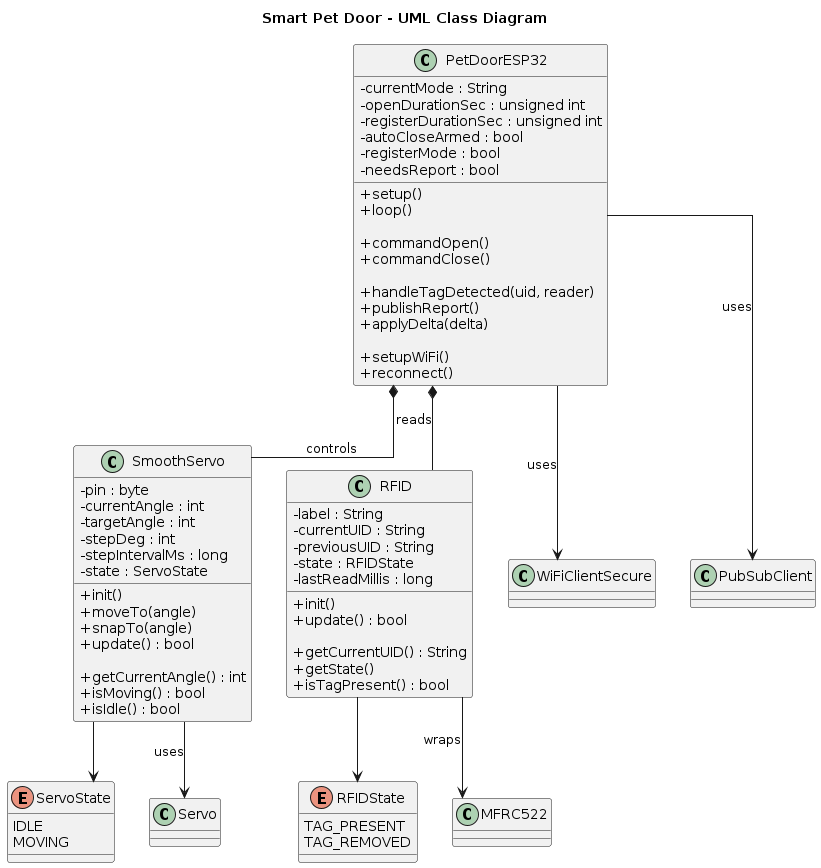
This is Informe/Imagenes/diagrama_uml.png from Andrezubi/EntregaFinalPetDoor-IoT, a PlantUML export, as it was before one commit. Source of this version:
```plantuml
@startuml
skinparam classAttributeIconSize 0
skinparam linetype ortho

title Smart Pet Door - UML Class Diagram

class PetDoorESP32 {
    - currentMode : String
    - openDurationSec : unsigned int
    - registerDurationSec : unsigned int
    - autoCloseArmed : bool
    - registerMode : bool
    - needsReport : bool

    + setup()
    + loop()

    + commandOpen()
    + commandClose()

    + handleTagDetected(uid, reader)
    + publishReport()
    + applyDelta(delta)

    + setupWiFi()
    + reconnect()
}

class SmoothServo {
    - pin : byte
    - currentAngle : int
    - targetAngle : int
    - stepDeg : int
    - stepIntervalMs : long
    - state : ServoState

    + init()
    + moveTo(angle)
    + snapTo(angle)
    + update() : bool

    + getCurrentAngle() : int
    + isMoving() : bool
    + isIdle() : bool
}

class RFID {
    - label : String
    - currentUID : String
    - previousUID : String
    - state : RFIDState
    - lastReadMillis : long

    + init()
    + update() : bool

    + getCurrentUID() : String
    + getState()
    + isTagPresent() : bool
}

enum ServoState {
    IDLE
    MOVING
}

enum RFIDState {
    TAG_PRESENT
    TAG_REMOVED
}

class Servo
class MFRC522
class WiFiClientSecure
class PubSubClient


PetDoorESP32 *-- SmoothServo : controls
PetDoorESP32 *-- RFID : reads

SmoothServo --> Servo : uses
RFID --> MFRC522 : wraps

PetDoorESP32 --> WiFiClientSecure : uses
PetDoorESP32 --> PubSubClient : uses

SmoothServo --> ServoState
RFID --> RFIDState
@enduml
```
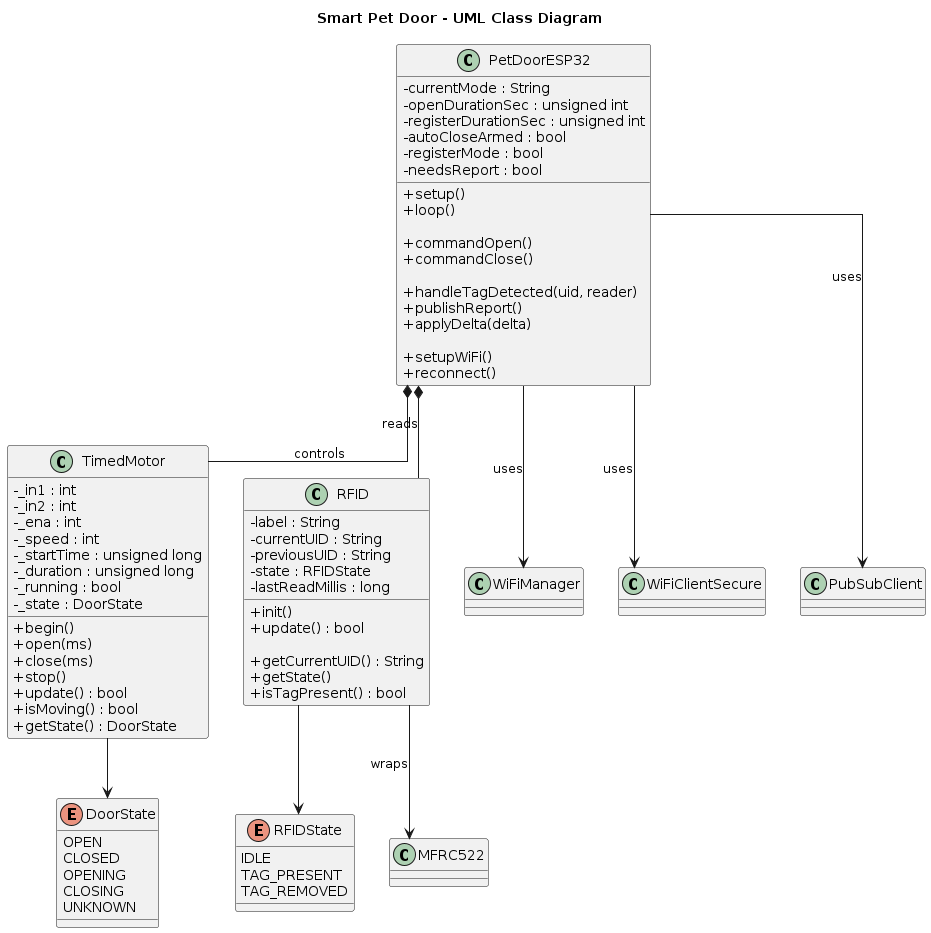
Above is the later version.

Change to the diagram source:
```diff
@@ -26,22 +26,23 @@
     + reconnect()
 }
 
-class SmoothServo {
-    - pin : byte
-    - currentAngle : int
-    - targetAngle : int
-    - stepDeg : int
-    - stepIntervalMs : long
-    - state : ServoState
+class TimedMotor {
+    - _in1 : int
+    - _in2 : int
+    - _ena : int
+    - _speed : int
+    - _startTime : unsigned long
+    - _duration : unsigned long
+    - _running : bool
+    - _state : DoorState
 
-    + init()
-    + moveTo(angle)
-    + snapTo(angle)
+    + begin()
+    + open(ms)
+    + close(ms)
+    + stop()
     + update() : bool
-
-    + getCurrentAngle() : int
     + isMoving() : bool
-    + isIdle() : bool
+    + getState() : DoorState
 }
 
 class RFID {
@@ -59,31 +60,34 @@
     + isTagPresent() : bool
 }
 
-enum ServoState {
-    IDLE
-    MOVING
+enum DoorState {
+    OPEN
+    CLOSED
+    OPENING
+    CLOSING
+    UNKNOWN
 }
 
 enum RFIDState {
+    IDLE
     TAG_PRESENT
     TAG_REMOVED
 }
 
-class Servo
 class MFRC522
+class WiFiManager
 class WiFiClientSecure
 class PubSubClient
 
-
-PetDoorESP32 *-- SmoothServo : controls
+PetDoorESP32 *-- TimedMotor : controls
 PetDoorESP32 *-- RFID : reads
 
-SmoothServo --> Servo : uses
 RFID --> MFRC522 : wraps
 
+PetDoorESP32 --> WiFiManager : uses
 PetDoorESP32 --> WiFiClientSecure : uses
 PetDoorESP32 --> PubSubClient : uses
 
-SmoothServo --> ServoState
+TimedMotor --> DoorState
 RFID --> RFIDState
 @enduml
```
